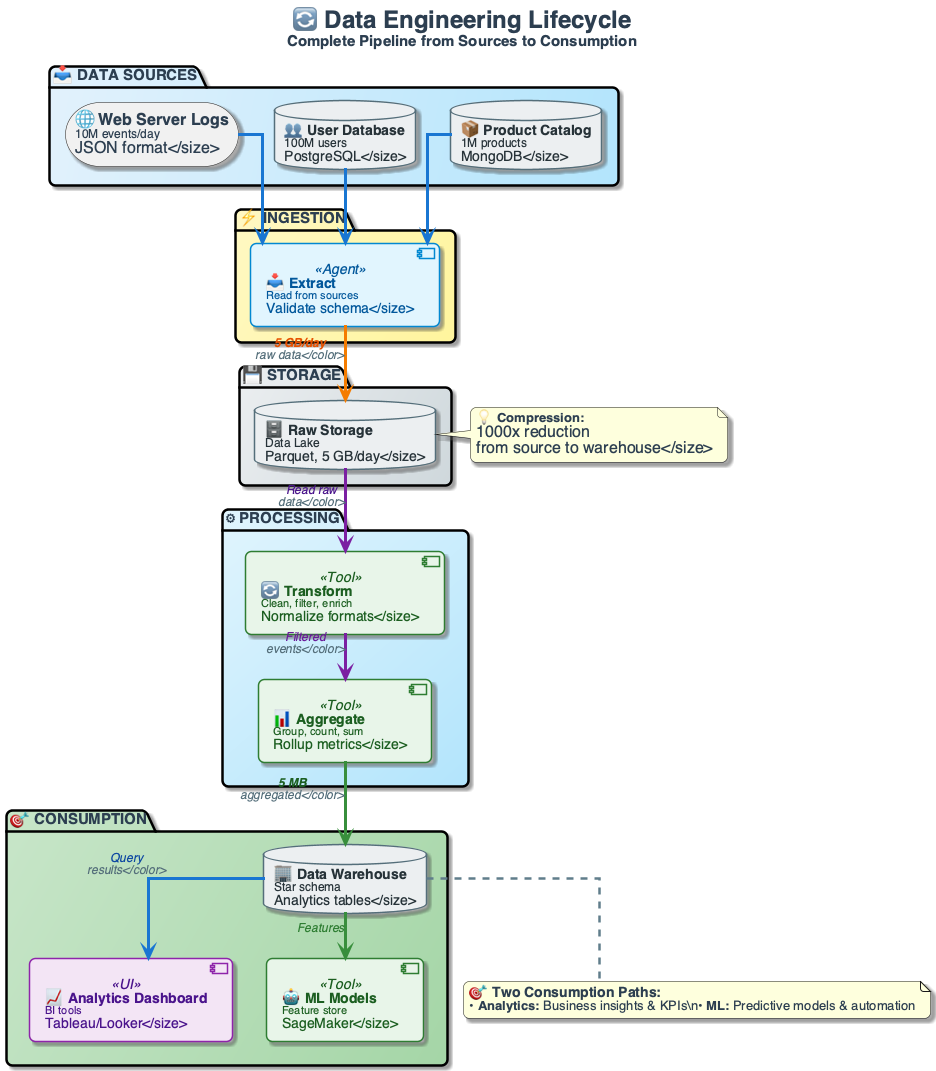
This is diagrams/week01/week1_lecture_slide12_lifecycle.png from OrPerets/data-engineering-course, a PlantUML export, as it was before one commit.
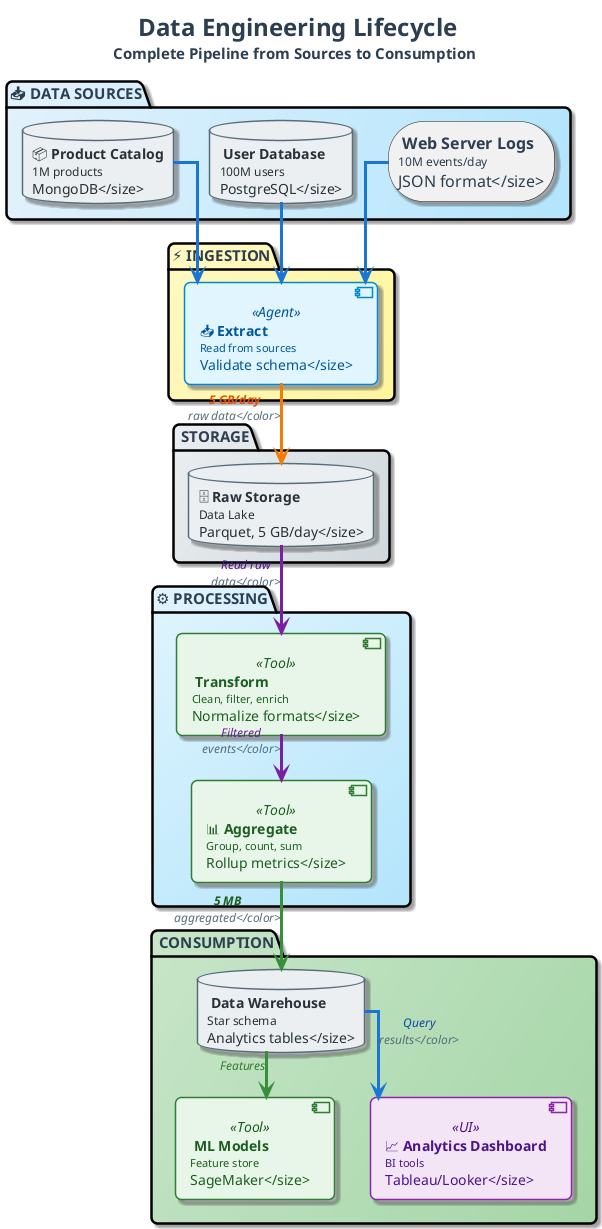
The same diagram one commit later.

Change to the diagram source:
```diff
@@ -170,15 +170,4 @@
 WAREHOUSE -[#1976D2,thickness=3]-> DASHBOARD : <color:#0D47A1>Query\nresults</color>
 WAREHOUSE -[#388E3C,thickness=3]-> ML : <color:#2E7D32>Features</color>
 
-note right of RAW
-  <size:13><b>💡 Compression:</b>
-  1000x reduction
-  from source to warehouse</size>
-end note
-
-note bottom of WAREHOUSE
-  <size:14><b>🎯 Two Consumption Paths:</b></size>
-  <size:13>• <b>Analytics:</b> Business insights & KPIs\n• <b>ML:</b> Predictive models & automation</size>
-end note
-
 @enduml
```
